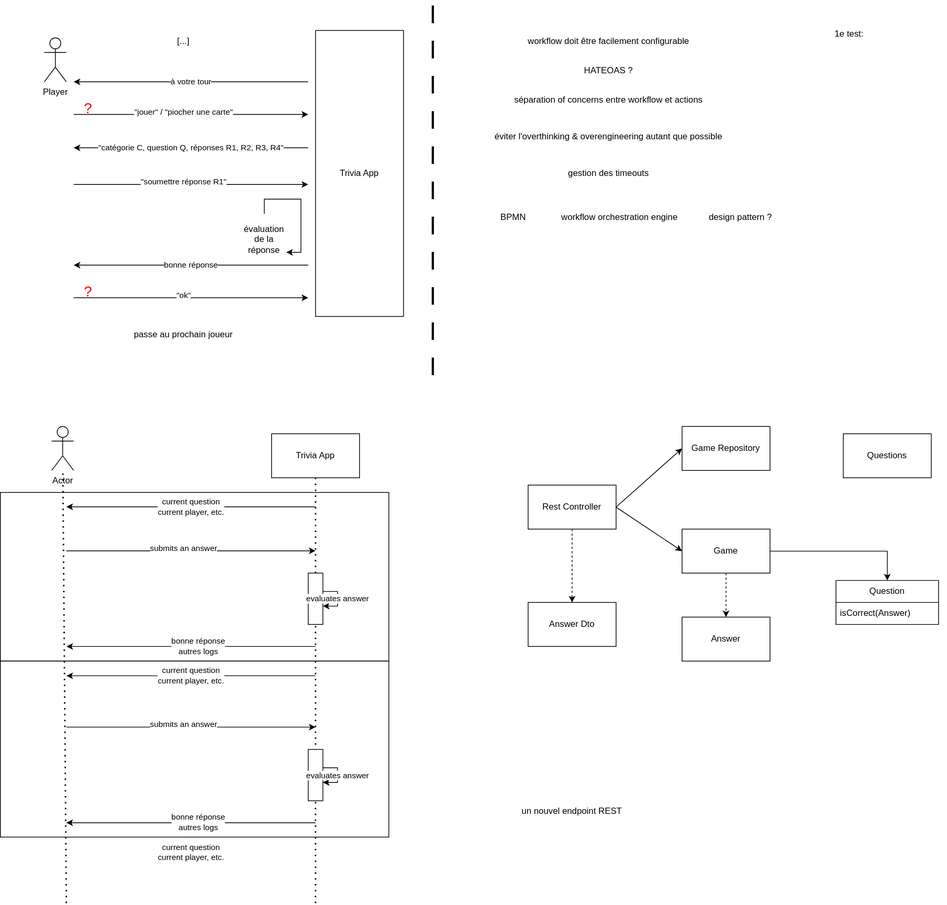
Above: java/docs/design-docs/qcm/design-doc.svg in mbimbij/trivia (draw.io), before the change. Source tidied: cells renumbered, new cells last; positions are measured from the earlier drawing's top-left corner, leaving out a move shared by most shapes.
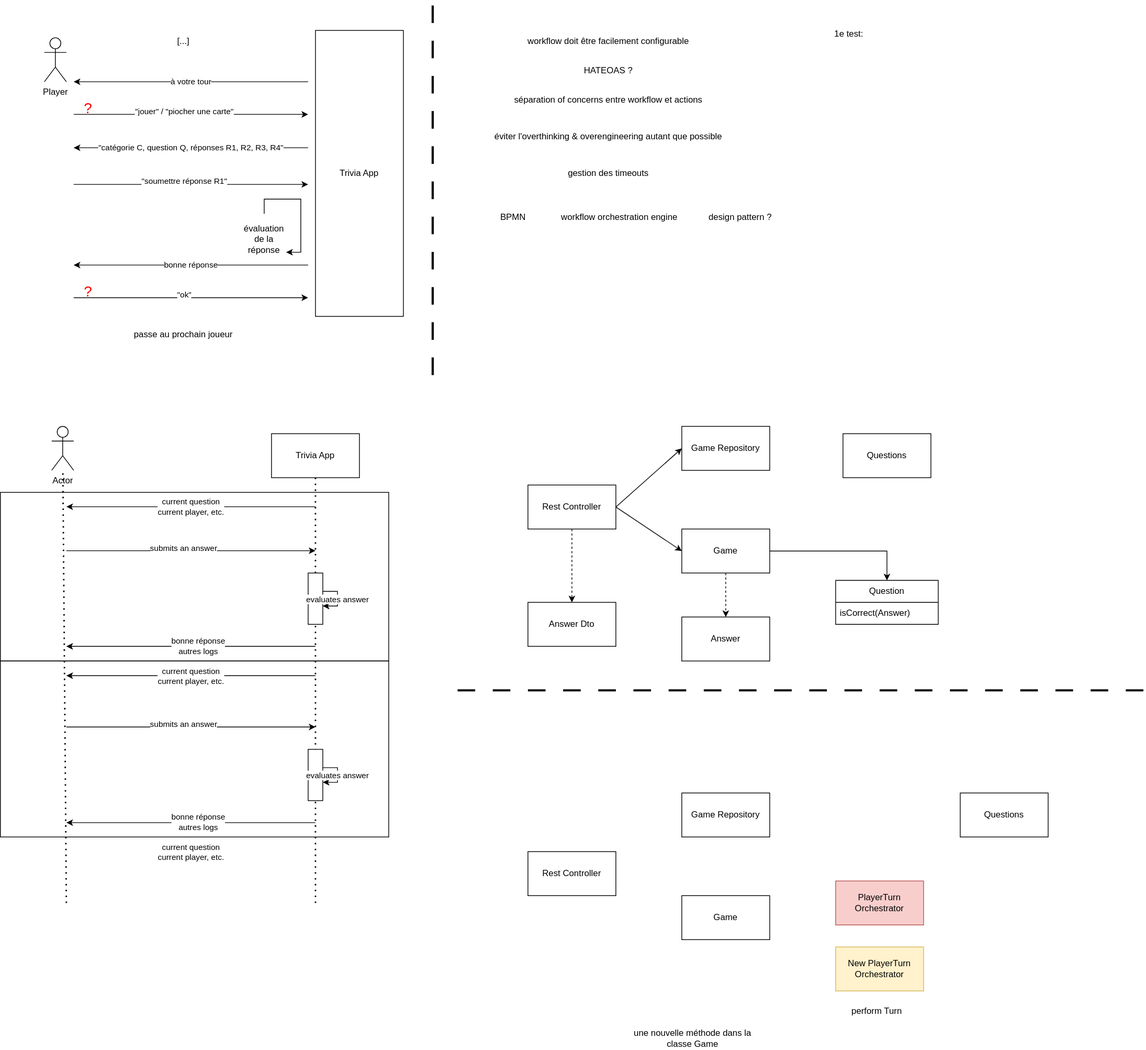
After the change.

What changed in the source:
```diff
@@ -222,8 +222,35 @@
     <mxCell id="58" style="rounded=0;whiteSpace=wrap;html=1;fillColor=none;" parent="1" vertex="1">
       <mxGeometry y="900" width="530" height="240" as="geometry" />
     </mxCell>
-    <mxCell id="59" value="un nouvel endpoint REST" style="text;html=1;strokeColor=none;fillColor=none;align=center;verticalAlign=middle;whiteSpace=wrap;rounded=0;" parent="1" vertex="1">
-      <mxGeometry x="685" y="1090.4" width="190" height="30" as="geometry" />
+    <mxCell id="59" value="perform Turn&lt;br&gt;&amp;nbsp;&amp;nbsp;" style="text;html=1;strokeColor=none;fillColor=none;align=left;verticalAlign=middle;whiteSpace=wrap;rounded=0;" parent="1" vertex="1">
+      <mxGeometry x="1160" y="1370" width="190" height="30" as="geometry" />
     </mxCell>
+    <mxCell id="60" value="une nouvelle méthode dans&amp;nbsp;la classe Game" style="text;html=1;strokeColor=none;fillColor=none;align=center;verticalAlign=middle;whiteSpace=wrap;rounded=0;" parent="1" vertex="1">
+      <mxGeometry x="850" y="1400" width="190" height="30" as="geometry" />
+    </mxCell>
+    <mxCell id="61" value="Rest Controller" style="rounded=0;whiteSpace=wrap;html=1;" parent="1" vertex="1">
+      <mxGeometry x="720" y="1160" width="120" height="60" as="geometry" />
+    </mxCell>
+    <mxCell id="62" value="Game Repository" style="rounded=0;whiteSpace=wrap;html=1;" parent="1" vertex="1">
+      <mxGeometry x="930" y="1080" width="120" height="60" as="geometry" />
+    </mxCell>
+    <mxCell id="63" value="Game" style="rounded=0;whiteSpace=wrap;html=1;" parent="1" vertex="1">
+      <mxGeometry x="930" y="1220" width="120" height="60" as="geometry" />
+    </mxCell>
+    <mxCell id="64" value="Questions" style="rounded=0;whiteSpace=wrap;html=1;" parent="1" vertex="1">
+      <mxGeometry x="1310" y="1080" width="120" height="60" as="geometry" />
+    </mxCell>
+    <mxCell id="65" style="endArrow=none;html=1;rounded=0;strokeWidth=3;dashed=1;dashPattern=8 8;" parent="1" edge="1">
+      <mxGeometry relative="1" as="geometry">
+        <mxPoint x="1560" y="940" as="sourcePoint" />
+        <mxPoint x="600" y="940" as="targetPoint" />
+      </mxGeometry>
+    </mxCell>
+    <mxCell id="66" value="PlayerTurn&lt;br&gt;Orchestrator" style="rounded=0;whiteSpace=wrap;html=1;fillColor=#f8cecc;strokeColor=#b85450;" parent="1" vertex="1">
+      <mxGeometry x="1140" y="1200" width="120" height="60" as="geometry" />
+    </mxCell>
+    <mxCell id="67" value="New PlayerTurn&lt;br&gt;Orchestrator" style="rounded=0;whiteSpace=wrap;html=1;fillColor=#fff2cc;strokeColor=#d6b656;" parent="1" vertex="1">
+      <mxGeometry x="1140" y="1290" width="120" height="60" as="geometry" />
+    </mxCell>
   </root>
 </mxGraphModel>
```
